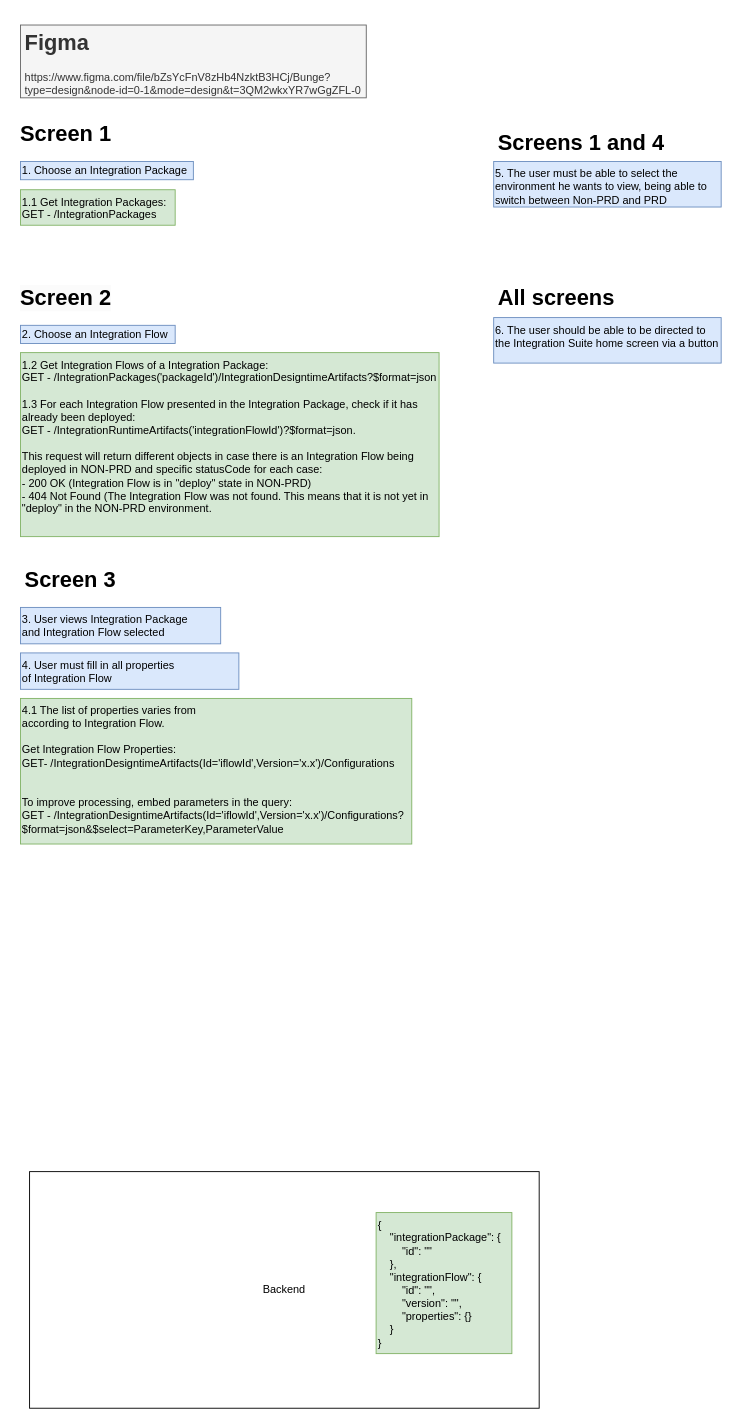
Earlier version of the draw.io diagram page "Frontend UseCases" (3 of 5) of cpi-publisher-diagram.drawio (gabriel-rodrigues-f/sap-cloud-integration-architectural-diagrams). Source tidied: cells renumbered, new cells numbered last; positions are measured from the earlier drawing's top-left corner, leaving out a move shared by most shapes. Both pictures are drawn from the tidied source at 91%, with x=0, y=0 at pixel (15, 25).
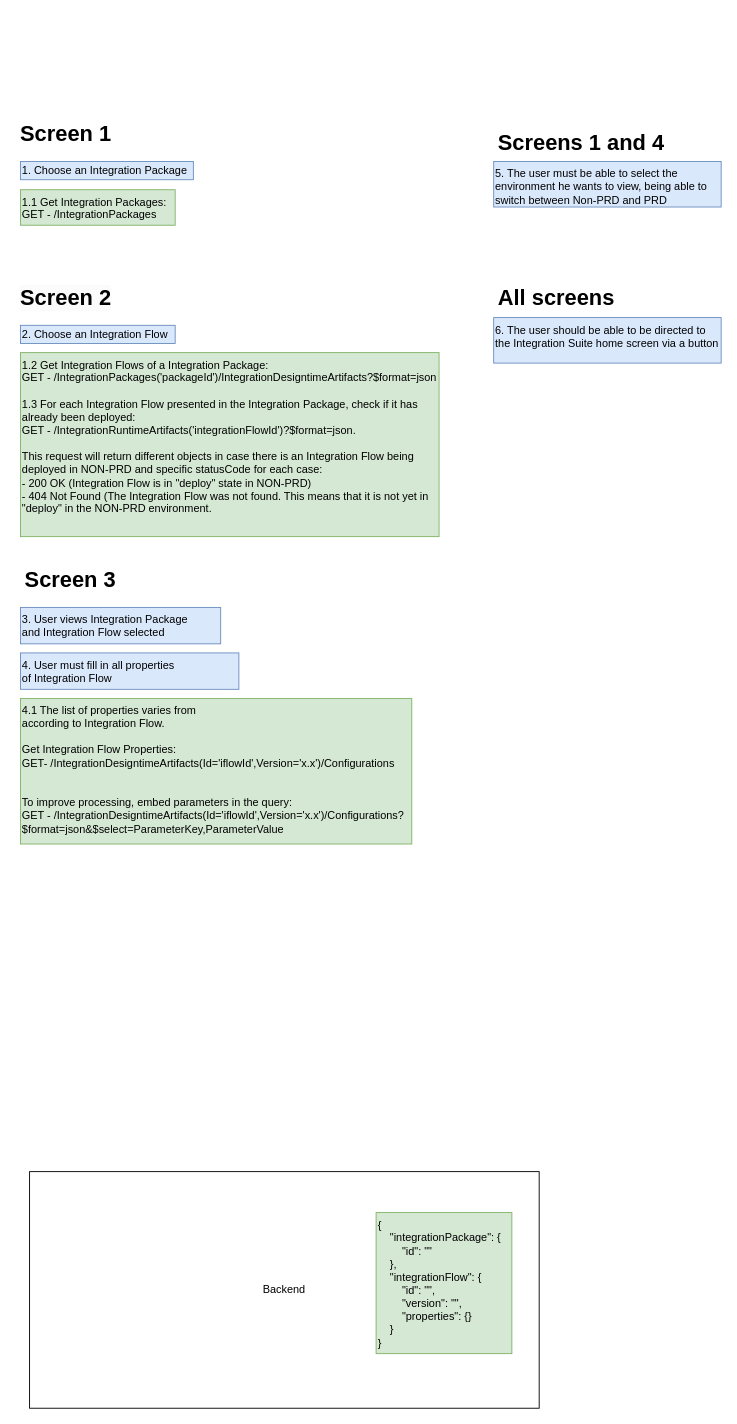
Above is the later version.

Diff of the diagram source:
```diff
@@
 <mxGraphModel>
   <root>
     <mxCell id="0" />
     <mxCell id="1" parent="0" />
     <mxCell id="2" value="1.1 Get Integration Packages:&#10;GET - /IntegrationPackages" style="text;whiteSpace=wrap;fillColor=#d5e8d4;strokeColor=#82b366;" parent="1" vertex="1">
       <mxGeometry x="5" y="181" width="170" height="39" as="geometry" />
     </mxCell>
     <mxCell id="3" value="1.2 Get Integration Flows of a Integration Package:&#10;GET - /IntegrationPackages('packageId')/IntegrationDesigntimeArtifacts?$format=json&#10;&#10;1.3 For each Integration Flow presented in the Integration Package, check if it has already been deployed:&#10;GET - /IntegrationRuntimeArtifacts('integrationFlowId')?$format=json.&#10;&#10;This request will return different objects in case there is an Integration Flow being deployed in NON-PRD and specific statusCode for each case:&#10;- 200 OK (Integration Flow is in &quot;deploy&quot; state in NON-PRD)&#10;- 404 Not Found (The Integration Flow was not found. This means that it is not yet in &quot;deploy&quot; in the NON-PRD environment." style="text;whiteSpace=wrap;fillColor=#d5e8d4;strokeColor=#82b366;" parent="1" vertex="1">
       <mxGeometry x="5" y="360" width="460" height="202.2" as="geometry" />
     </mxCell>
     <mxCell id="4" value="4.1 The list of properties varies from&#10;according to Integration Flow.&#10;&#10;Get Integration Flow Properties:&#10;GET- /IntegrationDesigntimeArtifacts(Id='iflowId',Version='x.x')/Configurations&#10;&#10;&#10;To improve processing, embed parameters in the query:&#10;GET - /IntegrationDesigntimeArtifacts(Id='iflowId',Version='x.x')/Configurations?$format=json&amp;$select=ParameterKey,ParameterValue" style="text;whiteSpace=wrap;fillColor=#d5e8d4;strokeColor=#82b366;" parent="1" vertex="1">
       <mxGeometry x="5" y="740" width="430" height="160" as="geometry" />
     </mxCell>
     <mxCell id="5" value="1. Choose an Integration Package" style="text;whiteSpace=wrap;fillColor=#dae8fc;strokeColor=#6c8ebf;verticalAlign=middle;" parent="1" vertex="1">
       <mxGeometry x="5" y="150" width="190" height="20" as="geometry" />
     </mxCell>
     <mxCell id="6" value="2. Choose an Integration Flow" style="text;whiteSpace=wrap;fillColor=#dae8fc;strokeColor=#6c8ebf;verticalAlign=middle;" parent="1" vertex="1">
       <mxGeometry x="5" y="330" width="170" height="20" as="geometry" />
     </mxCell>
     <mxCell id="7" value="3. User views Integration Package&#10;and Integration Flow selected" style="text;whiteSpace=wrap;fillColor=#dae8fc;strokeColor=#6c8ebf;" parent="1" vertex="1">
       <mxGeometry x="5" y="640" width="220" height="40" as="geometry" />
     </mxCell>
     <mxCell id="8" value="4. User must fill in all properties&#10;of Integration Flow" style="text;whiteSpace=wrap;fillColor=#dae8fc;strokeColor=#6c8ebf;" parent="1" vertex="1">
       <mxGeometry x="5" y="690" width="240" height="40" as="geometry" />
     </mxCell>
     <mxCell id="9" style="group;fillColor=none;" parent="1" vertex="1">
       <mxGeometry x="15" y="1260" width="560" height="260" as="geometry" />
     </mxCell>
     <mxCell id="10" value="Backend" style="rounded=0;whiteSpace=wrap;html=1;fillColor=none;" parent="9" vertex="1">
       <mxGeometry width="560" height="260" as="geometry" />
     </mxCell>
     <mxCell id="11" value="{&#10;    &quot;integrationPackage&quot;: {&#10;        &quot;id&quot;: &quot;&quot;&#10;    },&#10;    &quot;integrationFlow&quot;: {&#10;        &quot;id&quot;: &quot;&quot;,&#10;        &quot;version&quot;: &quot;&quot;,&#10;        &quot;properties&quot;: {}&#10;    }&#10;}" style="text;whiteSpace=wrap;fillColor=#d5e8d4;strokeColor=#82b366;" parent="9" vertex="1">
       <mxGeometry x="380.8" y="45" width="149.2" height="155" as="geometry" />
     </mxCell>
     <mxCell id="12" value="6. The user should be able to be directed to the Integration Suite home screen via a button" style="text;whiteSpace=wrap;fillColor=#dae8fc;strokeColor=#6c8ebf;" parent="1" vertex="1">
       <mxGeometry x="525" y="321.5" width="250" height="50" as="geometry" />
     </mxCell>
     <mxCell id="13" value="5. The user must be able to select the environment he wants to view, being able to switch between Non-PRD and PRD" style="text;whiteSpace=wrap;fillColor=#dae8fc;strokeColor=#6c8ebf;" parent="1" vertex="1">
       <mxGeometry x="525" y="150" width="250" height="50" as="geometry" />
     </mxCell>
     <mxCell id="14" value="&lt;h1&gt;Screen 1&lt;/h1&gt;" style="text;html=1;strokeColor=none;fillColor=none;spacing=5;spacingTop=-20;whiteSpace=wrap;overflow=hidden;rounded=0;" parent="1" vertex="1">
       <mxGeometry y="100" width="115" height="35" as="geometry" />
     </mxCell>
     <mxCell id="15" value="&lt;h1 style=&quot;border-color: var(--border-color); color: rgb(0, 0, 0); font-family: Helvetica; font-style: normal; font-variant-ligatures: normal; font-variant-caps: normal; letter-spacing: normal; orphans: 2; text-align: left; text-indent: 0px; text-transform: none; widows: 2; word-spacing: 0px; -webkit-text-stroke-width: 0px; background-color: rgb(251, 251, 251); text-decoration-thickness: initial; text-decoration-style: initial; text-decoration-color: initial;&quot;&gt;Screen 2&lt;/h1&gt;" style="text;html=1;strokeColor=none;fillColor=none;spacing=5;spacingTop=-20;whiteSpace=wrap;overflow=hidden;rounded=0;" parent="1" vertex="1">
       <mxGeometry y="280" width="115" height="41.5" as="geometry" />
     </mxCell>
     <mxCell id="16" value="&lt;h1 style=&quot;border-color: var(--border-color);&quot;&gt;Screen 3&lt;/h1&gt;" style="text;html=1;strokeColor=none;fillColor=none;spacing=5;spacingTop=-20;whiteSpace=wrap;overflow=hidden;rounded=0;" parent="1" vertex="1">
       <mxGeometry x="5" y="589.5" width="110" height="31" as="geometry" />
     </mxCell>
-    <mxCell id="17" value="&lt;h1&gt;Figma&lt;/h1&gt;&lt;p&gt;https://www.figma.com/file/bZsYcFnV8zHb4NzktB3HCj/Bunge?type=design&amp;amp;node-id=0-1&amp;amp;mode=design&amp;amp;t=3QM2wkxYR7wGgZFL-0&lt;br&gt;&lt;/p&gt;" style="text;html=1;strokeColor=#666666;fillColor=#f5f5f5;spacing=5;spacingTop=-20;whiteSpace=wrap;overflow=hidden;rounded=0;fontColor=#333333;" parent="1" vertex="1">
-      <mxGeometry x="5" width="380" height="80" as="geometry" />
-    </mxCell>
     <mxCell id="18" value="&lt;h1&gt;Screens 1 and 4&lt;/h1&gt;" style="text;html=1;strokeColor=none;fillColor=none;spacing=5;spacingTop=-20;whiteSpace=wrap;overflow=hidden;rounded=0;" parent="1" vertex="1">
       <mxGeometry x="525" y="110" width="200" height="35" as="geometry" />
     </mxCell>
     <mxCell id="19" value="&lt;h1&gt;All screens&lt;/h1&gt;" style="text;html=1;strokeColor=none;fillColor=none;spacing=5;spacingTop=-20;whiteSpace=wrap;overflow=hidden;rounded=0;" parent="1" vertex="1">
       <mxGeometry x="525" y="280" width="180" height="35" as="geometry" />
     </mxCell>
   </root>
 </mxGraphModel>
```
